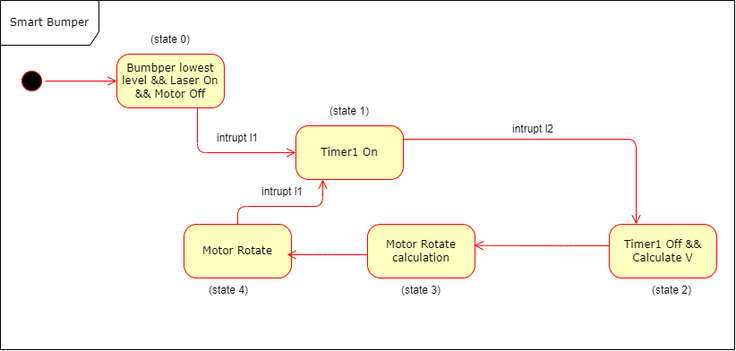
Earlier version of the draw.io export State Diagram.drawio.png (Amiirhosseini/SSBump). Source tidied: cells renumbered, new cells last; positions are measured from the earlier drawing's top-left corner, leaving out a move shared by most shapes.
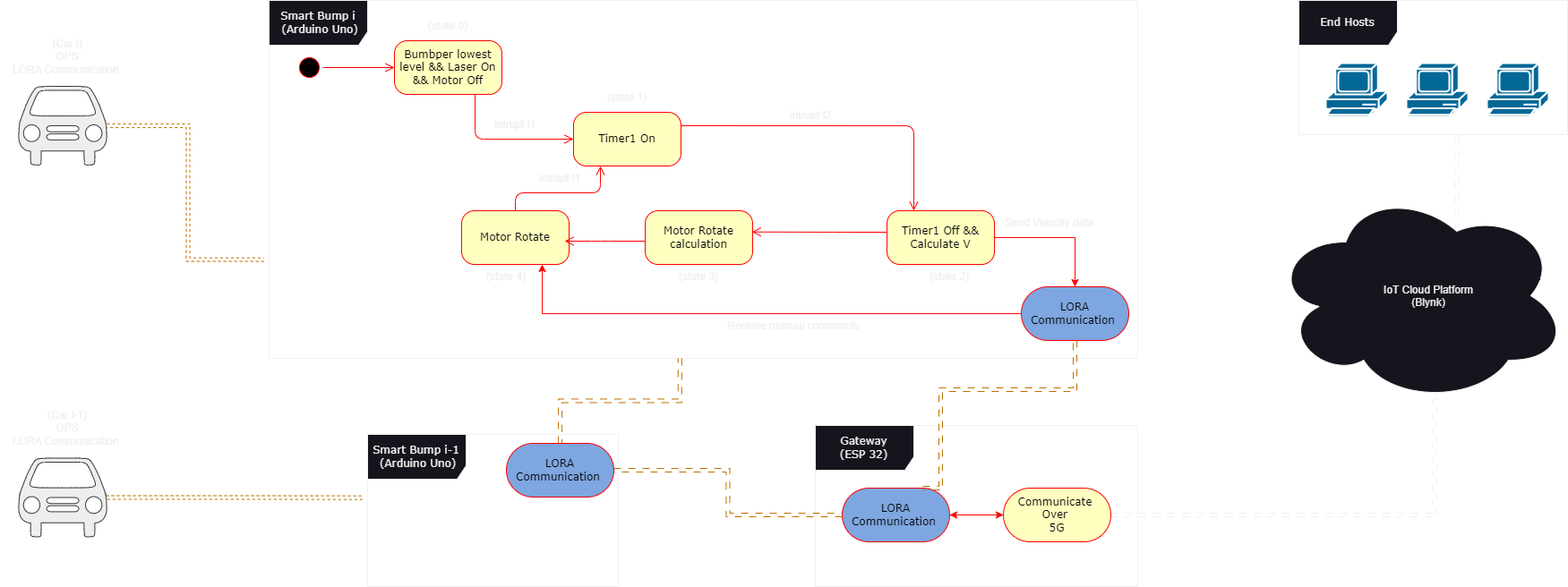
Later version of the same file.

Commit message:
update ppt and diagrams

The edit, as a diff of the source:
```diff
@@ -23,6 +23,9 @@
         </Array>
       </mxGeometry>
     </mxCell>
+    <mxCell id="23" style="edgeStyle=orthogonalEdgeStyle;rounded=0;jettySize=auto;html=1;strokeColor=#FF0000;" parent="1" edge="1" source="7" target="35">
+      <mxGeometry relative="1" as="geometry" />
+    </mxCell>
     <mxCell id="7" value="Timer1 Off &amp;amp;&amp;amp; Calculate V" style="rounded=1;whiteSpace=wrap;html=1;arcSize=24;fillColor=#ffffc0;strokeColor=#ff0000;shadow=0;comic=0;labelBackgroundColor=none;fontFamily=Verdana;fontSize=12;fontColor=#000000;align=center;" parent="1" vertex="1">
       <mxGeometry x="680" y="250" width="120" height="60" as="geometry" />
     </mxCell>
@@ -39,8 +42,8 @@
         </Array>
       </mxGeometry>
     </mxCell>
-    <mxCell id="11" value="Smart Bumper" style="shape=umlFrame;whiteSpace=wrap;html=1;rounded=1;shadow=0;comic=0;labelBackgroundColor=none;strokeWidth=1;fontFamily=Verdana;fontSize=12;align=center;width=110;height=50;" parent="1" vertex="1">
-      <mxGeometry width="820" height="390" as="geometry" />
+    <mxCell id="11" value="Smart Bump i&lt;br&gt;&amp;nbsp;(Arduino Uno)" style="shape=umlFrame;whiteSpace=wrap;html=1;rounded=1;shadow=0;comic=0;labelBackgroundColor=none;strokeWidth=1;fontFamily=Verdana;fontSize=12;align=center;width=110;height=50;" parent="1" vertex="1">
+      <mxGeometry x="-10" y="15" width="970" height="400" as="geometry" />
     </mxCell>
     <mxCell id="12" value="(state 0)" style="text;whiteSpace=wrap;html=1;align=center;" parent="1" vertex="1">
       <mxGeometry x="150" y="30" width="80" height="20" as="geometry" />
@@ -87,5 +90,100 @@
     <mxCell id="22" value="(state 4)" style="text;whiteSpace=wrap;html=1;align=center;" parent="1" vertex="1">
       <mxGeometry x="215" y="310" width="80" height="20" as="geometry" />
     </mxCell>
+    <mxCell id="24" style="edgeStyle=orthogonalEdgeStyle;shape=link;rounded=0;jettySize=auto;html=1;dashed=1;dashPattern=8 8;strokeColor=default;exitX=0.625;exitY=0.2;exitDx=0;exitDy=0;exitPerimeter=0;" parent="1" edge="1" source="25" target="39">
+      <mxGeometry relative="1" as="geometry">
+        <Array as="points">
+          <mxPoint x="1316" y="185" />
+          <mxPoint x="1316" y="185" />
+        </Array>
+      </mxGeometry>
+    </mxCell>
+    <mxCell id="25" style="ellipse;shape=cloud;whiteSpace=wrap;html=1;" parent="1" vertex="1">
+      <mxGeometry x="1110" y="225" width="330" height="240" as="geometry" />
+    </mxCell>
+    <mxCell id="26" value="IoT Cloud Platform&lt;br&gt;&lt;div style=&quot;&quot;&gt;(Blynk)&lt;/div&gt;" style="text;whiteSpace=wrap;html=1;align=center;" parent="1" vertex="1">
+      <mxGeometry x="1230" y="325" width="110" height="35" as="geometry" />
+    </mxCell>
+    <mxCell id="27" style="edgeStyle=orthogonalEdgeStyle;rounded=0;jettySize=auto;html=1;entryX=1;entryY=0.5;entryDx=0;entryDy=0;strokeColor=#FF0000;" parent="1" edge="1" source="29" target="32">
+      <mxGeometry relative="1" as="geometry" />
+    </mxCell>
+    <mxCell id="28" style="edgeStyle=orthogonalEdgeStyle;shape=link;rounded=0;jettySize=auto;html=1;entryX=0.55;entryY=0.95;entryDx=0;entryDy=0;entryPerimeter=0;dashed=1;dashPattern=8 8;strokeColor=default;" parent="1" edge="1" source="29" target="25">
+      <mxGeometry relative="1" as="geometry" />
+    </mxCell>
+    <mxCell id="29" value="Communicate&amp;nbsp;&lt;br&gt;Over&amp;nbsp;&lt;br&gt;5G" style="rounded=1;whiteSpace=wrap;html=1;arcSize=50;fillColor=#ffffc0;strokeColor=#ff0000;shadow=0;comic=0;labelBackgroundColor=none;fontFamily=Verdana;fontSize=12;fontColor=#000000;align=center;" parent="1" vertex="1">
+      <mxGeometry x="810" y="560" width="120" height="60" as="geometry" />
+    </mxCell>
+    <mxCell id="30" value="Gateway&lt;br&gt;(ESP 32)" style="shape=umlFrame;whiteSpace=wrap;html=1;rounded=1;shadow=0;comic=0;labelBackgroundColor=none;strokeWidth=1;fontFamily=Verdana;fontSize=12;align=center;width=110;height=50;" parent="1" vertex="1">
+      <mxGeometry x="600" y="490" width="360" height="180" as="geometry" />
+    </mxCell>
+    <mxCell id="31" style="edgeStyle=orthogonalEdgeStyle;rounded=0;jettySize=auto;html=1;strokeColor=#FF0000;" parent="1" edge="1" source="32" target="29">
+      <mxGeometry relative="1" as="geometry" />
+    </mxCell>
+    <mxCell id="32" value="LORA Communication&amp;nbsp;" style="rounded=1;whiteSpace=wrap;html=1;arcSize=50;fillColor=#7EA6E0;strokeColor=#ff0000;shadow=0;comic=0;labelBackgroundColor=none;fontFamily=Verdana;fontSize=12;fontColor=#000000;align=center;" parent="1" vertex="1">
+      <mxGeometry x="630" y="560" width="120" height="60" as="geometry" />
+    </mxCell>
+    <mxCell id="33" style="edgeStyle=orthogonalEdgeStyle;rounded=0;jettySize=auto;html=1;strokeColor=#FF0000;entryX=0.75;entryY=1;entryDx=0;entryDy=0;" parent="1" edge="1" source="35" target="20">
+      <mxGeometry relative="1" as="geometry" />
+    </mxCell>
+    <mxCell id="34" style="edgeStyle=orthogonalEdgeStyle;shape=link;rounded=0;jettySize=auto;html=1;entryX=0.75;entryY=0;entryDx=0;entryDy=0;dashed=1;dashPattern=8 8;strokeColor=#BD7000;fillColor=#f0a30a;" parent="1" edge="1" source="35" target="32">
+      <mxGeometry relative="1" as="geometry">
+        <Array as="points">
+          <mxPoint x="890" y="450" />
+          <mxPoint x="740" y="450" />
+          <mxPoint x="740" y="560" />
+        </Array>
+      </mxGeometry>
+    </mxCell>
+    <mxCell id="35" value="LORA Communication&amp;nbsp;" style="rounded=1;whiteSpace=wrap;html=1;arcSize=50;fillColor=#7EA6E0;strokeColor=#ff0000;shadow=0;comic=0;labelBackgroundColor=none;fontFamily=Verdana;fontSize=12;fontColor=#000000;align=center;" parent="1" vertex="1">
+      <mxGeometry x="830" y="335" width="120" height="60" as="geometry" />
+    </mxCell>
+    <mxCell id="36" style="shape=mxgraph.cisco.computers_and_peripherals.pc;html=1;dashed=0;fillColor=#036897;strokeColor=#ffffff;strokeWidth=2;verticalLabelPosition=bottom;verticalAlign=top;align=center;" parent="1" vertex="1">
+      <mxGeometry x="1350" y="85" width="69" height="60" as="geometry" />
+    </mxCell>
+    <mxCell id="37" style="shape=mxgraph.cisco.computers_and_peripherals.pc;html=1;dashed=0;fillColor=#036897;strokeColor=#ffffff;strokeWidth=2;verticalLabelPosition=bottom;verticalAlign=top;align=center;" parent="1" vertex="1">
+      <mxGeometry x="1260" y="85" width="69" height="60" as="geometry" />
+    </mxCell>
+    <mxCell id="38" style="shape=mxgraph.cisco.computers_and_peripherals.pc;html=1;dashed=0;fillColor=#036897;strokeColor=#ffffff;strokeWidth=2;verticalLabelPosition=bottom;verticalAlign=top;align=center;" parent="1" vertex="1">
+      <mxGeometry x="1170" y="85" width="69" height="60" as="geometry" />
+    </mxCell>
+    <mxCell id="39" value="End Hosts" style="shape=umlFrame;whiteSpace=wrap;html=1;rounded=1;shadow=0;comic=0;labelBackgroundColor=none;strokeWidth=1;fontFamily=Verdana;fontSize=12;align=center;width=110;height=50;" parent="1" vertex="1">
+      <mxGeometry x="1140" y="15" width="300" height="150" as="geometry" />
+    </mxCell>
+    <mxCell id="40" value="Smart Bump i-1&lt;br&gt;&amp;nbsp;(Arduino Uno)" style="shape=umlFrame;whiteSpace=wrap;html=1;rounded=1;shadow=0;comic=0;labelBackgroundColor=none;strokeWidth=1;fontFamily=Verdana;fontSize=12;align=center;width=110;height=50;" parent="1" vertex="1">
+      <mxGeometry x="100" y="500" width="280" height="170" as="geometry" />
+    </mxCell>
+    <mxCell id="41" style="edgeStyle=orthogonalEdgeStyle;shape=link;rounded=0;jettySize=auto;html=1;entryX=0.473;entryY=1;entryDx=0;entryDy=0;entryPerimeter=0;dashed=1;dashPattern=8 8;strokeColor=#BD7000;fillColor=#f0a30a;" parent="1" edge="1" source="43" target="11">
+      <mxGeometry relative="1" as="geometry" />
+    </mxCell>
+    <mxCell id="42" style="edgeStyle=orthogonalEdgeStyle;shape=link;rounded=0;jettySize=auto;html=1;entryX=0;entryY=0.5;entryDx=0;entryDy=0;dashed=1;dashPattern=8 8;strokeColor=#BD7000;fillColor=#f0a30a;" parent="1" edge="1" source="43" target="32">
+      <mxGeometry relative="1" as="geometry" />
+    </mxCell>
+    <mxCell id="43" value="LORA Communication&amp;nbsp;" style="rounded=1;whiteSpace=wrap;html=1;arcSize=50;fillColor=#7EA6E0;strokeColor=#ff0000;shadow=0;comic=0;labelBackgroundColor=none;fontFamily=Verdana;fontSize=12;fontColor=#000000;align=center;" parent="1" vertex="1">
+      <mxGeometry x="255" y="510" width="120" height="60" as="geometry" />
+    </mxCell>
+    <mxCell id="44" style="edgeStyle=orthogonalEdgeStyle;rounded=0;jettySize=auto;html=1;entryX=-0.006;entryY=0.724;entryDx=0;entryDy=0;entryPerimeter=0;strokeColor=#BD7000;shape=link;dashed=1;" parent="1" edge="1" source="45" target="11">
+      <mxGeometry relative="1" as="geometry" />
+    </mxCell>
+    <mxCell id="45" style="shape=mxgraph.signs.transportation.car_1;html=1;fillColor=#eeeeee;strokeColor=#36393d;verticalLabelPosition=bottom;verticalAlign=top;align=center;" parent="1" vertex="1">
+      <mxGeometry x="-290" y="111" width="99" height="88" as="geometry" />
+    </mxCell>
+    <mxCell id="46" value="&lt;div style=&quot;&quot;&gt;(Car i)&lt;/div&gt;&lt;div style=&quot;&quot;&gt;GPS&lt;/div&gt;&lt;div style=&quot;&quot;&gt;LORA Communication&amp;nbsp;&lt;/div&gt;" style="text;whiteSpace=wrap;html=1;align=center;" parent="1" vertex="1">
+      <mxGeometry x="-310" y="50" width="150" height="50" as="geometry" />
+    </mxCell>
+    <mxCell id="47" style="edgeStyle=orthogonalEdgeStyle;shape=link;rounded=0;jettySize=auto;html=1;exitX=0.99;exitY=0.5;exitDx=0;exitDy=0;exitPerimeter=0;entryX=-0.02;entryY=0.416;entryDx=0;entryDy=0;entryPerimeter=0;dashed=1;strokeColor=#BD7000;" parent="1" edge="1" source="48" target="40">
+      <mxGeometry relative="1" as="geometry" />
+    </mxCell>
+    <mxCell id="48" style="shape=mxgraph.signs.transportation.car_1;html=1;fillColor=#eeeeee;strokeColor=#36393d;verticalLabelPosition=bottom;verticalAlign=top;align=center;" parent="1" vertex="1">
+      <mxGeometry x="-290" y="526.5" width="99" height="88" as="geometry" />
+    </mxCell>
+    <mxCell id="49" value="&lt;div style=&quot;&quot;&gt;(Car i-1)&lt;/div&gt;&lt;div style=&quot;&quot;&gt;GPS&lt;/div&gt;&lt;div style=&quot;&quot;&gt;LORA Communication&amp;nbsp;&lt;/div&gt;" style="text;whiteSpace=wrap;html=1;align=center;" parent="1" vertex="1">
+      <mxGeometry x="-310" y="465.5" width="150" height="50" as="geometry" />
+    </mxCell>
+    <mxCell id="50" value="Send Velocity data" style="text;whiteSpace=wrap;html=1;" parent="1" vertex="1">
+      <mxGeometry x="810" y="250" width="110" height="30" as="geometry" />
+    </mxCell>
+    <mxCell id="51" value="Receive manual commands" style="text;whiteSpace=wrap;html=1;" parent="1" vertex="1">
+      <mxGeometry x="500" y="365" width="160" height="30" as="geometry" />
+    </mxCell>
   </root>
 </mxGraphModel>
```
